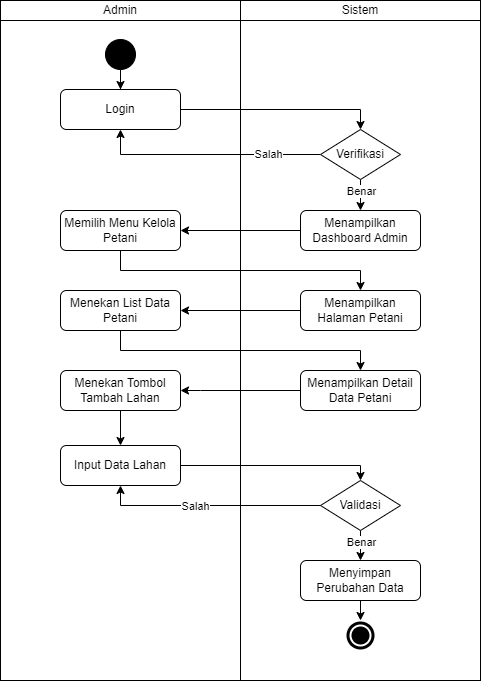
The draw.io diagram docs/activity-diagram/farmers/farmer-lands/create-farmer-land.drawio.png in mitra-agro-usaha-perkebunan/maup-app-docs, before a commit. Source tidied: cells renumbered, new cells last; positions are measured from the earlier drawing's top-left corner, leaving out a move shared by most shapes. The source it was exported from:
```xml
<mxGraphModel>
  <root>
    <mxCell id="0" />
    <mxCell id="1" parent="0" />
    <mxCell id="2" value="Admin" style="rounded=0;whiteSpace=wrap;html=1;" parent="1" vertex="1">
      <mxGeometry width="240" height="20" as="geometry" />
    </mxCell>
    <mxCell id="3" style="rounded=0;whiteSpace=wrap;html=1;" parent="1" vertex="1">
      <mxGeometry y="20" width="240" height="660" as="geometry" />
    </mxCell>
    <mxCell id="4" value="Sistem" style="rounded=0;whiteSpace=wrap;html=1;" parent="1" vertex="1">
      <mxGeometry x="240" width="240" height="20" as="geometry" />
    </mxCell>
    <mxCell id="5" style="rounded=0;whiteSpace=wrap;html=1;" parent="1" vertex="1">
      <mxGeometry x="240" y="20" width="240" height="660" as="geometry" />
    </mxCell>
    <mxCell id="6" style="ellipse;shape=doubleEllipse;whiteSpace=wrap;html=1;labelBackgroundColor=#000000;fillColor=#000000;strokeColor=#FFFFFF;strokeWidth=2;" parent="1" vertex="1">
      <mxGeometry x="345" y="620" width="30" height="30" as="geometry" />
    </mxCell>
    <mxCell id="7" style="edgeStyle=orthogonalEdgeStyle;rounded=0;jettySize=auto;html=1;" parent="1" edge="1" source="8" target="9">
      <mxGeometry relative="1" as="geometry" />
    </mxCell>
    <mxCell id="8" style="ellipse;whiteSpace=wrap;html=1;fillColor=#000000;labelBackgroundColor=#000000;shadow=0;gradientColor=none;" parent="1" vertex="1">
      <mxGeometry x="105" y="39" width="30" height="30" as="geometry" />
    </mxCell>
    <mxCell id="9" value="Login" style="rounded=1;whiteSpace=wrap;html=1;" parent="1" vertex="1">
      <mxGeometry x="60" y="89" width="120" height="40" as="geometry" />
    </mxCell>
    <mxCell id="10" style="edgeStyle=orthogonalEdgeStyle;rounded=0;jettySize=auto;html=1;" parent="1" edge="1" source="11" target="16">
      <mxGeometry relative="1" as="geometry">
        <Array as="points">
          <mxPoint x="120" y="270" />
          <mxPoint x="360" y="270" />
        </Array>
      </mxGeometry>
    </mxCell>
    <mxCell id="11" value="Memilih Menu Kelola Petani" style="rounded=1;whiteSpace=wrap;html=1;" parent="1" vertex="1">
      <mxGeometry x="60" y="210" width="120" height="40" as="geometry" />
    </mxCell>
    <mxCell id="12" style="edgeStyle=orthogonalEdgeStyle;rounded=0;jettySize=auto;html=1;" parent="1" edge="1" source="13" target="11">
      <mxGeometry relative="1" as="geometry" />
    </mxCell>
    <mxCell id="13" value="Menampilkan Dashboard Admin" style="rounded=1;whiteSpace=wrap;html=1;" parent="1" vertex="1">
      <mxGeometry x="300" y="210" width="120" height="40" as="geometry" />
    </mxCell>
    <mxCell id="14" value="Menekan List Data Petani" style="rounded=1;whiteSpace=wrap;html=1;" parent="1" vertex="1">
      <mxGeometry x="60" y="290" width="120" height="40" as="geometry" />
    </mxCell>
    <mxCell id="15" style="edgeStyle=orthogonalEdgeStyle;rounded=0;jettySize=auto;html=1;" parent="1" edge="1" source="16" target="14">
      <mxGeometry relative="1" as="geometry" />
    </mxCell>
    <mxCell id="16" value="Menampilkan Halaman Petani" style="rounded=1;whiteSpace=wrap;html=1;" parent="1" vertex="1">
      <mxGeometry x="300" y="290" width="120" height="40" as="geometry" />
    </mxCell>
    <mxCell id="17" style="edgeStyle=none;html=1;entryX=0.5;entryY=0;entryDx=0;entryDy=0;" parent="1" edge="1" source="18" target="6">
      <mxGeometry relative="1" as="geometry" />
    </mxCell>
    <mxCell id="18" value="Menyimpan Perubahan Data" style="rounded=1;whiteSpace=wrap;html=1;" parent="1" vertex="1">
      <mxGeometry x="300" y="560" width="120" height="40" as="geometry" />
    </mxCell>
    <mxCell id="19" style="edgeStyle=orthogonalEdgeStyle;rounded=0;jettySize=auto;html=1;startArrow=none;exitX=0.5;exitY=1;exitDx=0;exitDy=0;entryX=0.5;entryY=0;entryDx=0;entryDy=0;" parent="1" edge="1" source="25" target="18">
      <mxGeometry relative="1" as="geometry" />
    </mxCell>
    <mxCell id="20" value="Benar" style="edgeLabel;html=1;align=center;verticalAlign=middle;" parent="19" vertex="1">
      <mxGeometry x="-0.27" relative="1" as="geometry" />
    </mxCell>
    <mxCell id="21" style="edgeStyle=orthogonalEdgeStyle;rounded=0;jettySize=auto;html=1;entryX=0.5;entryY=1;entryDx=0;entryDy=0;exitX=0;exitY=0.5;exitDx=0;exitDy=0;" parent="1" edge="1" source="27">
      <mxGeometry relative="1" as="geometry">
        <mxPoint x="120" y="129" as="targetPoint" />
        <Array as="points">
          <mxPoint x="120" y="154" />
        </Array>
      </mxGeometry>
    </mxCell>
    <mxCell id="22" value="Salah" style="edgeLabel;html=1;align=center;verticalAlign=middle;" parent="21" vertex="1">
      <mxGeometry x="-0.53" y="2" relative="1" as="geometry">
        <mxPoint y="-3" as="offset" />
      </mxGeometry>
    </mxCell>
    <mxCell id="23" value="Input Data Lahan" style="rounded=1;whiteSpace=wrap;html=1;" parent="1" vertex="1">
      <mxGeometry x="60" y="445" width="120" height="40" as="geometry" />
    </mxCell>
    <mxCell id="24" style="edgeStyle=orthogonalEdgeStyle;rounded=0;jettySize=auto;html=1;exitX=0.5;exitY=1;exitDx=0;exitDy=0;entryX=0.5;entryY=0;entryDx=0;entryDy=0;" parent="1" edge="1" source="14" target="32">
      <mxGeometry relative="1" as="geometry">
        <Array as="points">
          <mxPoint x="120" y="350" />
          <mxPoint x="360" y="350" />
        </Array>
      </mxGeometry>
    </mxCell>
    <mxCell id="25" value="Validasi" style="rhombus;whiteSpace=wrap;html=1;" parent="1" vertex="1">
      <mxGeometry x="320" y="480" width="80" height="50" as="geometry" />
    </mxCell>
    <mxCell id="26" style="edgeStyle=none;html=1;entryX=0.5;entryY=0;entryDx=0;entryDy=0;" parent="1" edge="1" source="27" target="13">
      <mxGeometry relative="1" as="geometry" />
    </mxCell>
    <mxCell id="27" value="Verifikasi" style="rhombus;whiteSpace=wrap;html=1;" parent="1" vertex="1">
      <mxGeometry x="320" y="129" width="80" height="50" as="geometry" />
    </mxCell>
    <mxCell id="28" style="edgeStyle=orthogonalEdgeStyle;rounded=0;jettySize=auto;html=1;entryX=0.5;entryY=0;entryDx=0;entryDy=0;exitX=1;exitY=0.5;exitDx=0;exitDy=0;" parent="1" edge="1" source="9" target="27">
      <mxGeometry relative="1" as="geometry">
        <Array as="points">
          <mxPoint x="360" y="109" />
        </Array>
      </mxGeometry>
    </mxCell>
    <mxCell id="29" value="Benar" style="edgeLabel;html=1;align=center;verticalAlign=middle;" parent="1" vertex="1">
      <mxGeometry x="360" y="190" as="geometry" />
    </mxCell>
    <mxCell id="30" style="edgeStyle=orthogonalEdgeStyle;rounded=0;jettySize=auto;html=1;exitX=0;exitY=0.5;exitDx=0;exitDy=0;entryX=0.5;entryY=1;entryDx=0;entryDy=0;" parent="1" edge="1" source="25" target="23">
      <mxGeometry relative="1" as="geometry">
        <Array as="points">
          <mxPoint x="120" y="505" />
        </Array>
      </mxGeometry>
    </mxCell>
    <mxCell id="31" value="Salah" style="edgeLabel;html=1;align=center;verticalAlign=middle;" parent="30" vertex="1">
      <mxGeometry x="0.15" y="2" relative="1" as="geometry">
        <mxPoint y="-2" as="offset" />
      </mxGeometry>
    </mxCell>
    <mxCell id="32" value="Menampilkan Detail Data Petani" style="rounded=1;whiteSpace=wrap;html=1;" parent="1" vertex="1">
      <mxGeometry x="300" y="370" width="120" height="40" as="geometry" />
    </mxCell>
    <mxCell id="33" style="edgeStyle=none;html=1;entryX=0.5;entryY=0;entryDx=0;entryDy=0;" parent="1" edge="1" source="34" target="23">
      <mxGeometry relative="1" as="geometry" />
    </mxCell>
    <mxCell id="34" value="Menekan Tombol Tambah Lahan" style="rounded=1;whiteSpace=wrap;html=1;" parent="1" vertex="1">
      <mxGeometry x="60" y="370" width="120" height="40" as="geometry" />
    </mxCell>
    <mxCell id="35" style="edgeStyle=orthogonalEdgeStyle;rounded=0;jettySize=auto;html=1;exitX=1;exitY=0.5;exitDx=0;exitDy=0;entryX=0.5;entryY=0;entryDx=0;entryDy=0;" parent="1" edge="1" source="23" target="25">
      <mxGeometry relative="1" as="geometry">
        <Array as="points">
          <mxPoint x="360" y="465" />
        </Array>
      </mxGeometry>
    </mxCell>
    <mxCell id="36" style="edgeStyle=orthogonalEdgeStyle;rounded=0;jettySize=auto;html=1;exitX=0;exitY=0.5;exitDx=0;exitDy=0;entryX=1;entryY=0.5;entryDx=0;entryDy=0;" parent="1" edge="1" source="32" target="34">
      <mxGeometry relative="1" as="geometry">
        <Array as="points">
          <mxPoint x="200" y="390" />
          <mxPoint x="200" y="390" />
        </Array>
      </mxGeometry>
    </mxCell>
  </root>
</mxGraphModel>
```
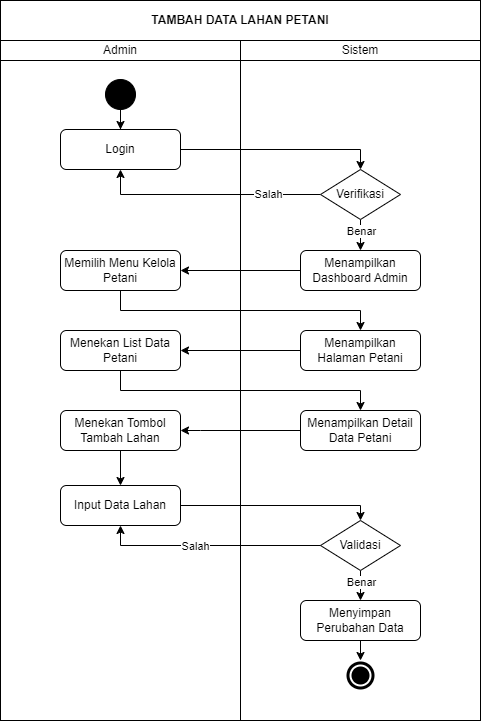
Later version of the same file.

Diff of the diagram source:
```diff
@@ -143,5 +143,8 @@
         </Array>
       </mxGeometry>
     </mxCell>
+    <mxCell id="37" value="&lt;b&gt;TAMBAH DATA LAHAN PETANI&lt;/b&gt;" style="rounded=0;whiteSpace=wrap;html=1;" parent="1" vertex="1">
+      <mxGeometry y="-40" width="480" height="40" as="geometry" />
+    </mxCell>
   </root>
 </mxGraphModel>
```
